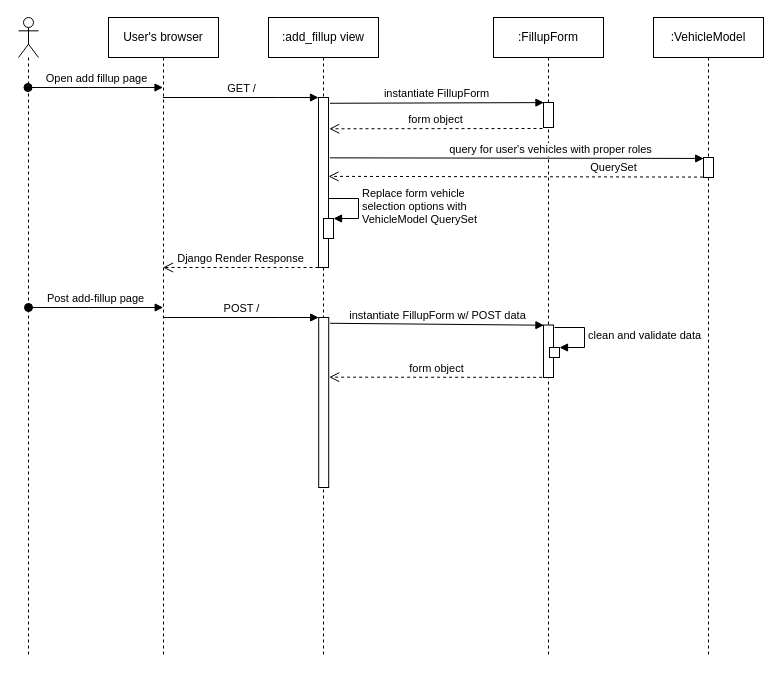
mtijas/lopokulu keeps this draw.io diagram as documentation/fillup-addition-sequence.drawio. Above is the earlier version. Source tidied: cells renumbered, new cells numbered last; positions are measured from the earlier drawing's top-left corner, leaving out a move shared by most shapes. Both pictures are drawn from the tidied source at 100%, with x=0, y=0 at pixel (18, 17).
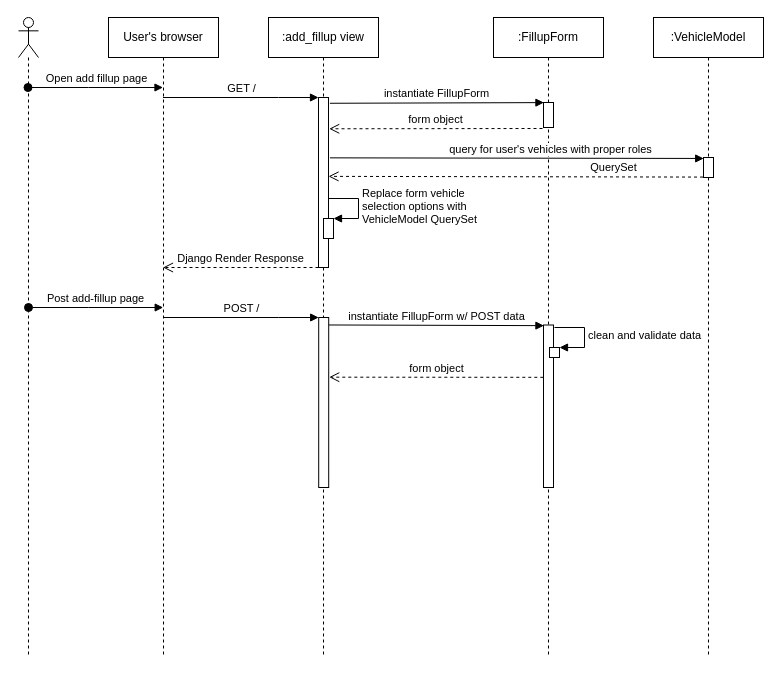
Above is the later version.

Unchanged cells that the change refers to:
```xml
<mxCell id="2" value=":FillupForm" style="shape=umlLifeline;perimeter=lifelinePerimeter;whiteSpace=wrap;html=1;" parent="1" vertex="1">
  <mxGeometry x="475" width="110" height="640" as="geometry" />
</mxCell>
<mxCell id="9" style="html=1;points=[];perimeter=orthogonalPerimeter;" parent="5" vertex="1">
  <mxGeometry x="50.2" y="300" width="10" height="170" as="geometry" />
</mxCell>
```

The edit, as a diff of the source:
```diff
@@
     <mxCell id="4" style="html=1;points=[];perimeter=orthogonalPerimeter;" parent="2" vertex="1">
-      <mxGeometry x="50" y="307.5" width="10" height="52.5" as="geometry" />
+      <mxGeometry x="50" y="307.5" width="10" height="162.5" as="geometry" />
     </mxCell>
@@
-    <mxCell id="25" value="instantiate FillupForm w/ POST data" style="html=1;verticalAlign=bottom;endArrow=block;rounded=0;entryX=0.043;entryY=0.004;entryDx=0;entryDy=0;entryPerimeter=0;comic=0;exitX=1.141;exitY=0.034;exitDx=0;exitDy=0;exitPerimeter=0;" parent="1" edge="1" source="9" target="4">
+    <mxCell id="25" value="instantiate FillupForm w/ POST data" style="html=1;verticalAlign=bottom;endArrow=block;rounded=0;entryX=0.043;entryY=0.004;entryDx=0;entryDy=0;entryPerimeter=0;comic=0;exitX=1.021;exitY=0.044;exitDx=0;exitDy=0;exitPerimeter=0;" parent="1" edge="1" source="9" target="4">
       <mxGeometry relative="1" as="geometry" />
     </mxCell>
-    <mxCell id="26" value="form object" style="html=1;verticalAlign=bottom;endArrow=open;dashed=1;endSize=8;rounded=0;exitX=-0.136;exitY=0.997;exitDx=0;exitDy=0;exitPerimeter=0;entryX=1.053;entryY=0.351;entryDx=0;entryDy=0;entryPerimeter=0;" parent="1" edge="1" source="4" target="9">
+    <mxCell id="26" value="form object" style="html=1;verticalAlign=bottom;endArrow=open;dashed=1;endSize=8;rounded=0;entryX=1.053;entryY=0.351;entryDx=0;entryDy=0;entryPerimeter=0;exitX=-0.02;exitY=0.322;exitDx=0;exitDy=0;exitPerimeter=0;" parent="1" edge="1" source="4" target="9">
       <mxGeometry relative="1" as="geometry" />
     </mxCell>
```
